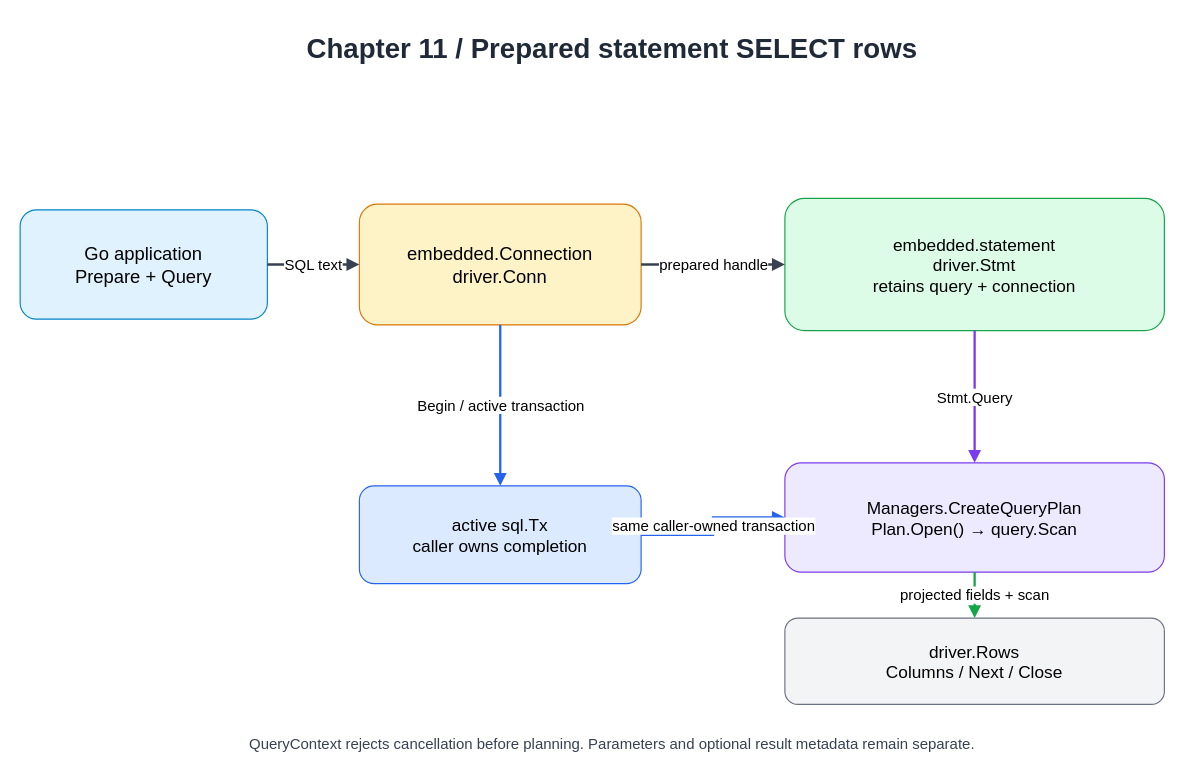
The draw.io diagram docs/diagrams/ch11-embedded-statement.drawio in Rwatana/simledb_in_go, before the edit. Source tidied: cells renumbered, new cells numbered last; positions are measured from the earlier drawing's top-left corner, leaving out a move shared by most shapes. Both pictures are drawn from the tidied source at 115%, with x=0, y=0 at pixel (20, 20).
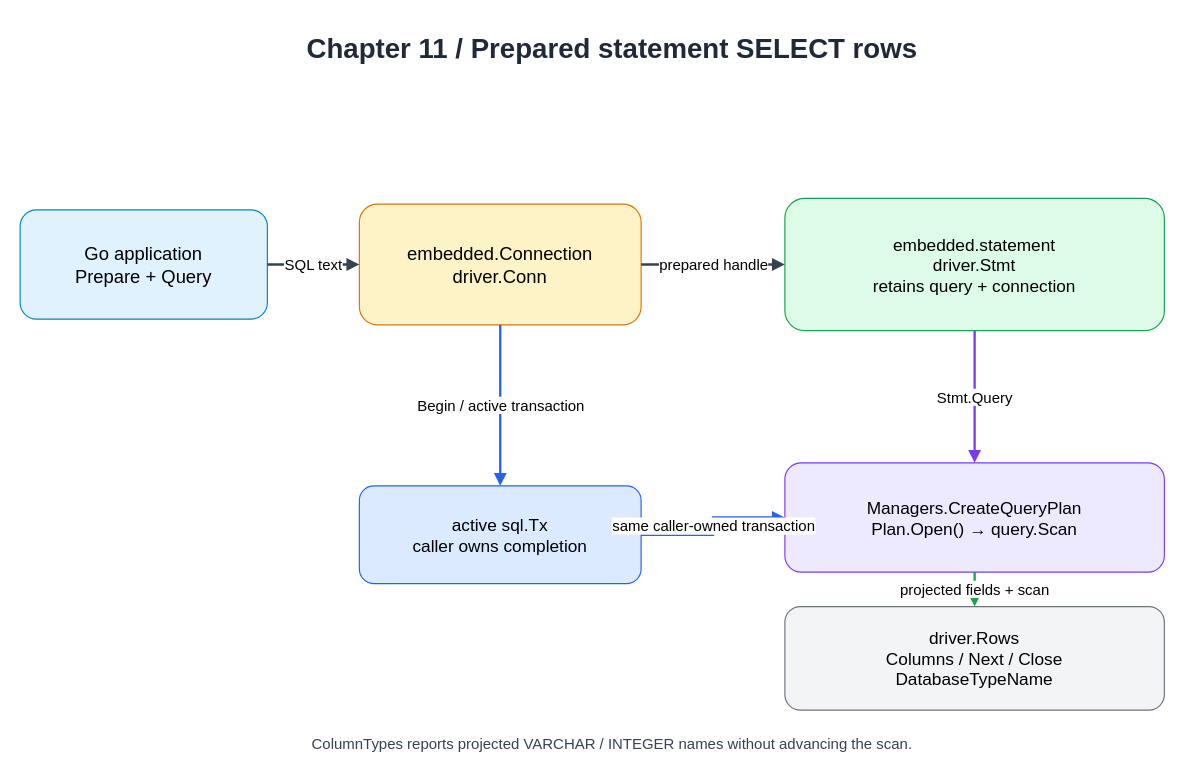
The same diagram, later.

Commit message (it also covers changes not shown here):
feat: expose embedded select database type names (#1151)

Change to the diagram source:
```diff
@@
 <mxGraphModel>
   <root>
     <mxCell id="0" />
     <mxCell id="1" parent="0" />
     <mxCell id="2" value="Chapter 11 / Prepared statement SELECT rows" style="text;html=1;align=center;verticalAlign=middle;whiteSpace=wrap;rounded=0;fontSize=24;fontStyle=1;fontColor=#1f2937;" parent="1" vertex="1">
       <mxGeometry x="45" width="940" height="50" as="geometry" />
     </mxCell>
     <mxCell id="3" value="Go application&#10;Prepare + Query" style="rounded=1;whiteSpace=wrap;html=1;fillColor=#e0f2fe;strokeColor=#0284c7;fontSize=16;" parent="1" vertex="1">
       <mxGeometry y="165" width="215" height="95" as="geometry" />
     </mxCell>
     <mxCell id="4" value="embedded.Connection&#10;driver.Conn" style="rounded=1;whiteSpace=wrap;html=1;fillColor=#fef3c7;strokeColor=#d97706;fontSize=16;" parent="1" vertex="1">
       <mxGeometry x="295" y="160" width="245" height="105" as="geometry" />
     </mxCell>
     <mxCell id="5" value="embedded.statement&#10;driver.Stmt&#10;retains query + connection" style="rounded=1;whiteSpace=wrap;html=1;fillColor=#dcfce7;strokeColor=#16a34a;fontSize=15;" parent="1" vertex="1">
       <mxGeometry x="665" y="155" width="330" height="115" as="geometry" />
     </mxCell>
     <mxCell id="6" value="active sql.Tx&#10;caller owns completion" style="rounded=1;whiteSpace=wrap;html=1;fillColor=#dbeafe;strokeColor=#2563eb;fontSize=15;" parent="1" vertex="1">
       <mxGeometry x="295" y="405" width="245" height="85" as="geometry" />
     </mxCell>
     <mxCell id="7" value="Managers.CreateQueryPlan&#10;Plan.Open() → query.Scan" style="rounded=1;whiteSpace=wrap;html=1;fillColor=#ede9fe;strokeColor=#7c3aed;fontSize=15;" parent="1" vertex="1">
       <mxGeometry x="665" y="385" width="330" height="95" as="geometry" />
     </mxCell>
-    <mxCell id="8" value="driver.Rows&#10;Columns / Next / Close" style="rounded=1;whiteSpace=wrap;html=1;fillColor=#f3f4f6;strokeColor=#6b7280;fontSize=15;" parent="1" vertex="1">
-      <mxGeometry x="665" y="520" width="330" height="75" as="geometry" />
+    <mxCell id="8" value="driver.Rows&#10;Columns / Next / Close&#10;DatabaseTypeName" style="rounded=1;whiteSpace=wrap;html=1;fillColor=#f3f4f6;strokeColor=#6b7280;fontSize=15;" parent="1" vertex="1">
+      <mxGeometry x="665" y="510" width="330" height="90" as="geometry" />
     </mxCell>
-    <mxCell id="9" value="QueryContext rejects cancellation before planning. Parameters and optional result metadata remain separate." style="text;html=1;align=center;whiteSpace=wrap;fontSize=13;fontColor=#374151;" parent="1" vertex="1">
+    <mxCell id="9" value="ColumnTypes reports projected VARCHAR / INTEGER names without advancing the scan." style="text;html=1;align=center;whiteSpace=wrap;fontSize=13;fontColor=#374151;" parent="1" vertex="1">
       <mxGeometry x="45" y="615" width="940" height="30" as="geometry" />
     </mxCell>
     <mxCell id="10" value="SQL text" style="edgeStyle=orthogonalEdgeStyle;rounded=0;jettySize=auto;html=1;endArrow=block;endFill=1;strokeColor=#374151;strokeWidth=2;fontSize=13;" parent="1" edge="1" source="3" target="4">
       <mxGeometry relative="1" as="geometry" />
     </mxCell>
     <mxCell id="11" value="prepared handle" style="edgeStyle=orthogonalEdgeStyle;rounded=0;jettySize=auto;html=1;endArrow=block;endFill=1;strokeColor=#374151;strokeWidth=2;fontSize=13;" parent="1" edge="1" source="4" target="5">
       <mxGeometry relative="1" as="geometry" />
     </mxCell>
     <mxCell id="12" value="Begin / active transaction" style="edgeStyle=orthogonalEdgeStyle;rounded=0;jettySize=auto;html=1;endArrow=block;endFill=1;strokeColor=#2563eb;strokeWidth=2;fontSize=13;" parent="1" edge="1" source="4" target="6">
       <mxGeometry relative="1" as="geometry" />
     </mxCell>
     <mxCell id="13" value="Stmt.Query" style="edgeStyle=orthogonalEdgeStyle;rounded=0;jettySize=auto;html=1;endArrow=block;endFill=1;strokeColor=#7c3aed;strokeWidth=2;fontSize=13;" parent="1" edge="1" source="5" target="7">
       <mxGeometry relative="1" as="geometry" />
     </mxCell>
     <mxCell id="14" value="same caller-owned transaction" style="edgeStyle=orthogonalEdgeStyle;rounded=0;jettySize=auto;html=1;endArrow=block;endFill=1;strokeColor=#2563eb;strokeWidth=2;fontSize=13;" parent="1" edge="1" source="6" target="7">
       <mxGeometry relative="1" as="geometry" />
     </mxCell>
     <mxCell id="15" value="projected fields + scan" style="edgeStyle=orthogonalEdgeStyle;rounded=0;jettySize=auto;html=1;endArrow=block;endFill=1;strokeColor=#16a34a;strokeWidth=2;fontSize=13;" parent="1" edge="1" source="7" target="8">
       <mxGeometry relative="1" as="geometry" />
     </mxCell>
   </root>
 </mxGraphModel>
```
